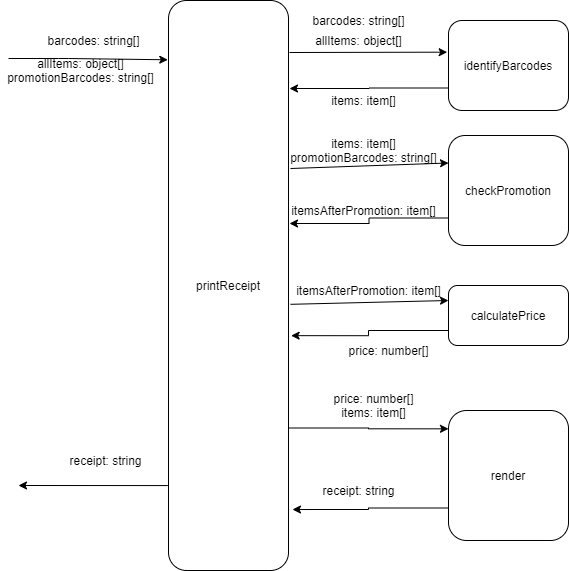
Before: PrintReceipt.png, a diagram exported from draw.io (luhouzi12/POS-Machine-V1-2020-11-5-3-48-45-545). Source tidied: cells renumbered, new cells last; positions are measured from the earlier drawing's top-left corner, leaving out a move shared by most shapes. The source it was exported from:
```xml
<mxGraphModel>
  <root>
    <mxCell id="0" />
    <mxCell id="1" parent="0" />
    <mxCell id="2" style="edgeStyle=orthogonalEdgeStyle;rounded=0;jettySize=auto;html=1;exitX=1;exitY=0.75;exitDx=0;exitDy=0;entryX=0;entryY=0.141;entryDx=0;entryDy=0;entryPerimeter=0;" parent="1" edge="1" source="3" target="26">
      <mxGeometry relative="1" as="geometry" />
    </mxCell>
    <mxCell id="3" value="printReceipt" style="rounded=1;whiteSpace=wrap;html=1;" parent="1" vertex="1">
      <mxGeometry x="168" width="120" height="570" as="geometry" />
    </mxCell>
    <mxCell id="4" style="endArrow=classic;html=1;entryX=-0.006;entryY=0.104;entryDx=0;entryDy=0;entryPerimeter=0;" parent="1" edge="1" target="3">
      <mxGeometry relative="1" as="geometry">
        <mxPoint x="8" y="58" as="sourcePoint" />
        <Array as="points">
          <mxPoint x="68" y="58" />
        </Array>
      </mxGeometry>
    </mxCell>
    <mxCell id="5" value="barcodes: string[]" style="text;html=1;align=center;verticalAlign=middle;" parent="1" vertex="1">
      <mxGeometry x="38" y="30" width="110" height="20" as="geometry" />
    </mxCell>
    <mxCell id="6" style="endArrow=classic;html=1;exitX=-0.006;exitY=0.851;exitDx=0;exitDy=0;exitPerimeter=0;" parent="1" edge="1" source="3">
      <mxGeometry relative="1" as="geometry">
        <mxPoint x="18" y="485" as="targetPoint" />
      </mxGeometry>
    </mxCell>
    <mxCell id="7" value="receipt: string" style="text;html=1;align=center;verticalAlign=middle;" parent="1" vertex="1">
      <mxGeometry x="60" y="450" width="90" height="20" as="geometry" />
    </mxCell>
    <mxCell id="8" style="edgeStyle=orthogonalEdgeStyle;rounded=0;jettySize=auto;html=1;exitX=0;exitY=0.75;exitDx=0;exitDy=0;" parent="1" edge="1" source="9">
      <mxGeometry relative="1" as="geometry">
        <mxPoint x="289" y="88" as="targetPoint" />
      </mxGeometry>
    </mxCell>
    <mxCell id="9" value="identifyBarcodes" style="rounded=1;whiteSpace=wrap;html=1;" parent="1" vertex="1">
      <mxGeometry x="448" y="20" width="120" height="90" as="geometry" />
    </mxCell>
    <mxCell id="10" style="endArrow=classic;html=1;entryX=-0.011;entryY=0.352;entryDx=0;entryDy=0;entryPerimeter=0;" parent="1" edge="1" target="9">
      <mxGeometry relative="1" as="geometry">
        <mxPoint x="289" y="52" as="sourcePoint" />
      </mxGeometry>
    </mxCell>
    <mxCell id="11" value="barcodes: string[]" style="text;html=1;align=center;verticalAlign=middle;" parent="1" vertex="1">
      <mxGeometry x="303" y="10" width="110" height="20" as="geometry" />
    </mxCell>
    <mxCell id="12" value="allItems: object[]" style="text;html=1;align=center;verticalAlign=middle;" parent="1" vertex="1">
      <mxGeometry x="308" y="30" width="100" height="20" as="geometry" />
    </mxCell>
    <mxCell id="13" value="allItems: object[]&lt;br&gt;promotionBarcodes: string[]" style="text;html=1;align=center;verticalAlign=middle;" parent="1" vertex="1">
      <mxGeometry y="55" width="160" height="30" as="geometry" />
    </mxCell>
    <mxCell id="14" value="items: item[]" style="text;html=1;align=center;verticalAlign=middle;" parent="1" vertex="1">
      <mxGeometry x="323" y="90" width="80" height="20" as="geometry" />
    </mxCell>
    <mxCell id="15" style="edgeStyle=orthogonalEdgeStyle;rounded=0;jettySize=auto;html=1;exitX=0;exitY=0.75;exitDx=0;exitDy=0;" parent="1" edge="1" source="16">
      <mxGeometry relative="1" as="geometry">
        <mxPoint x="289" y="223" as="targetPoint" />
      </mxGeometry>
    </mxCell>
    <mxCell id="16" value="checkPromotion" style="rounded=1;whiteSpace=wrap;html=1;" parent="1" vertex="1">
      <mxGeometry x="448" y="135" width="120" height="110" as="geometry" />
    </mxCell>
    <mxCell id="17" style="endArrow=classic;html=1;entryX=0;entryY=0.25;entryDx=0;entryDy=0;" parent="1" edge="1" target="16">
      <mxGeometry relative="1" as="geometry">
        <mxPoint x="290" y="168" as="sourcePoint" />
      </mxGeometry>
    </mxCell>
    <mxCell id="18" value="items: item[]&lt;br&gt;promotionBarcodes: string[]" style="text;html=1;align=center;verticalAlign=middle;" parent="1" vertex="1">
      <mxGeometry x="283" y="135" width="160" height="30" as="geometry" />
    </mxCell>
    <mxCell id="19" value="itemsAfterPromotion: item[]" style="text;html=1;align=center;verticalAlign=middle;" parent="1" vertex="1">
      <mxGeometry x="283" y="200" width="160" height="20" as="geometry" />
    </mxCell>
    <mxCell id="20" style="edgeStyle=orthogonalEdgeStyle;rounded=0;jettySize=auto;html=1;exitX=0;exitY=0.75;exitDx=0;exitDy=0;entryX=1.022;entryY=0.588;entryDx=0;entryDy=0;entryPerimeter=0;" parent="1" edge="1" source="21" target="3">
      <mxGeometry relative="1" as="geometry" />
    </mxCell>
    <mxCell id="21" value="calculatePrice" style="rounded=1;whiteSpace=wrap;html=1;" parent="1" vertex="1">
      <mxGeometry x="448" y="285" width="120" height="60" as="geometry" />
    </mxCell>
    <mxCell id="22" style="endArrow=classic;html=1;entryX=0;entryY=0.25;entryDx=0;entryDy=0;exitX=1.017;exitY=0.533;exitDx=0;exitDy=0;exitPerimeter=0;" parent="1" edge="1" source="3" target="21">
      <mxGeometry relative="1" as="geometry" />
    </mxCell>
    <mxCell id="23" value="itemsAfterPromotion: item[]" style="text;html=1;align=center;verticalAlign=middle;" parent="1" vertex="1">
      <mxGeometry x="288" y="280" width="160" height="20" as="geometry" />
    </mxCell>
    <mxCell id="24" value="price: number[]" style="text;html=1;align=center;verticalAlign=middle;" parent="1" vertex="1">
      <mxGeometry x="338" y="340" width="100" height="20" as="geometry" />
    </mxCell>
    <mxCell id="25" style="edgeStyle=orthogonalEdgeStyle;rounded=0;jettySize=auto;html=1;exitX=0;exitY=0.75;exitDx=0;exitDy=0;entryX=1.033;entryY=0.893;entryDx=0;entryDy=0;entryPerimeter=0;" parent="1" edge="1" source="26" target="3">
      <mxGeometry relative="1" as="geometry" />
    </mxCell>
    <mxCell id="26" value="render" style="rounded=1;whiteSpace=wrap;html=1;" parent="1" vertex="1">
      <mxGeometry x="448" y="410" width="120" height="130" as="geometry" />
    </mxCell>
    <mxCell id="27" value="price: number[]&lt;br&gt;items: item[]" style="text;html=1;align=center;verticalAlign=middle;" parent="1" vertex="1">
      <mxGeometry x="323" y="390" width="100" height="30" as="geometry" />
    </mxCell>
    <mxCell id="28" value="receipt: string" style="text;html=1;align=center;verticalAlign=middle;" parent="1" vertex="1">
      <mxGeometry x="313" y="480" width="90" height="20" as="geometry" />
    </mxCell>
  </root>
</mxGraphModel>
```
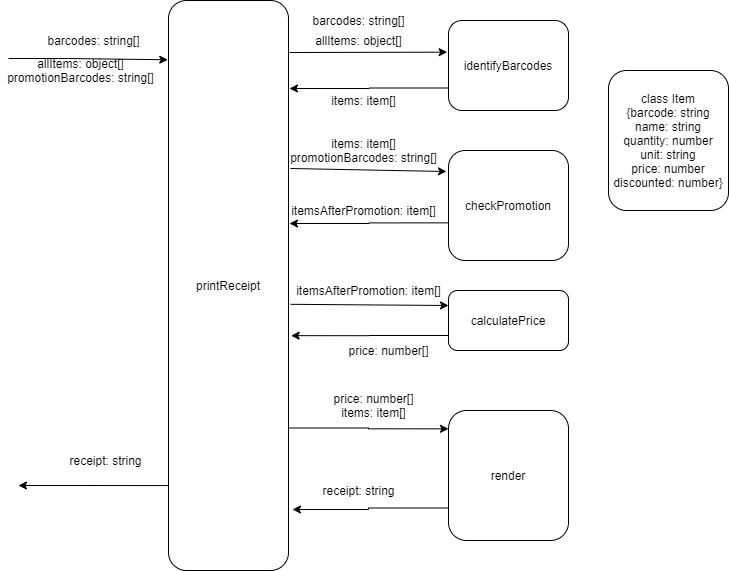
The same file after the commit.

Commit message:
docs: add Item class to task diagram

The edit, as a diff of the source:
```diff
@@ -52,15 +52,15 @@
     <mxCell id="14" value="items: item[]" style="text;html=1;align=center;verticalAlign=middle;" parent="1" vertex="1">
       <mxGeometry x="323" y="90" width="80" height="20" as="geometry" />
     </mxCell>
-    <mxCell id="15" style="edgeStyle=orthogonalEdgeStyle;rounded=0;jettySize=auto;html=1;exitX=0;exitY=0.75;exitDx=0;exitDy=0;" parent="1" edge="1" source="16">
+    <mxCell id="15" style="edgeStyle=orthogonalEdgeStyle;rounded=0;jettySize=auto;html=1;exitX=0;exitY=0.658;exitDx=0;exitDy=0;exitPerimeter=0;" parent="1" edge="1" source="16">
       <mxGeometry relative="1" as="geometry">
         <mxPoint x="289" y="223" as="targetPoint" />
       </mxGeometry>
     </mxCell>
     <mxCell id="16" value="checkPromotion" style="rounded=1;whiteSpace=wrap;html=1;" parent="1" vertex="1">
-      <mxGeometry x="448" y="135" width="120" height="110" as="geometry" />
+      <mxGeometry x="448" y="150" width="120" height="110" as="geometry" />
     </mxCell>
-    <mxCell id="17" style="endArrow=classic;html=1;entryX=0;entryY=0.25;entryDx=0;entryDy=0;" parent="1" edge="1" target="16">
+    <mxCell id="17" style="endArrow=classic;html=1;entryX=-0.017;entryY=0.191;entryDx=0;entryDy=0;entryPerimeter=0;" parent="1" edge="1" target="16">
       <mxGeometry relative="1" as="geometry">
         <mxPoint x="290" y="168" as="sourcePoint" />
       </mxGeometry>
@@ -75,7 +75,7 @@
       <mxGeometry relative="1" as="geometry" />
     </mxCell>
     <mxCell id="21" value="calculatePrice" style="rounded=1;whiteSpace=wrap;html=1;" parent="1" vertex="1">
-      <mxGeometry x="448" y="285" width="120" height="60" as="geometry" />
+      <mxGeometry x="448" y="290" width="120" height="60" as="geometry" />
     </mxCell>
     <mxCell id="22" style="endArrow=classic;html=1;entryX=0;entryY=0.25;entryDx=0;entryDy=0;exitX=1.017;exitY=0.533;exitDx=0;exitDy=0;exitPerimeter=0;" parent="1" edge="1" source="3" target="21">
       <mxGeometry relative="1" as="geometry" />
@@ -98,5 +98,8 @@
     <mxCell id="28" value="receipt: string" style="text;html=1;align=center;verticalAlign=middle;" parent="1" vertex="1">
       <mxGeometry x="313" y="480" width="90" height="20" as="geometry" />
     </mxCell>
+    <mxCell id="29" value="class Item&lt;br&gt;{barcode: string&lt;br&gt;name: string&lt;br&gt;quantity: number&lt;br&gt;unit: string&lt;br&gt;price: number&lt;br&gt;discounted: number}" style="rounded=1;whiteSpace=wrap;html=1;" parent="1" vertex="1">
+      <mxGeometry x="608" y="70" width="120" height="140" as="geometry" />
+    </mxCell>
   </root>
 </mxGraphModel>
```
